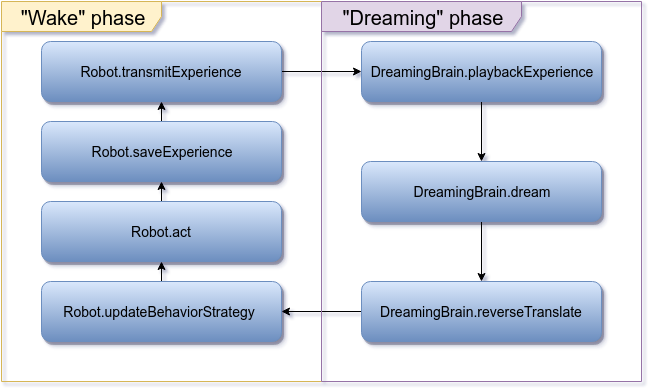
This is doc/HLD_Activity_life_cycle.png from research-team/robot-dream, a draw.io export, as it was before one commit. Source tidied: cells renumbered, new cells last; positions are measured from the earlier drawing's top-left corner, leaving out a move shared by most shapes.
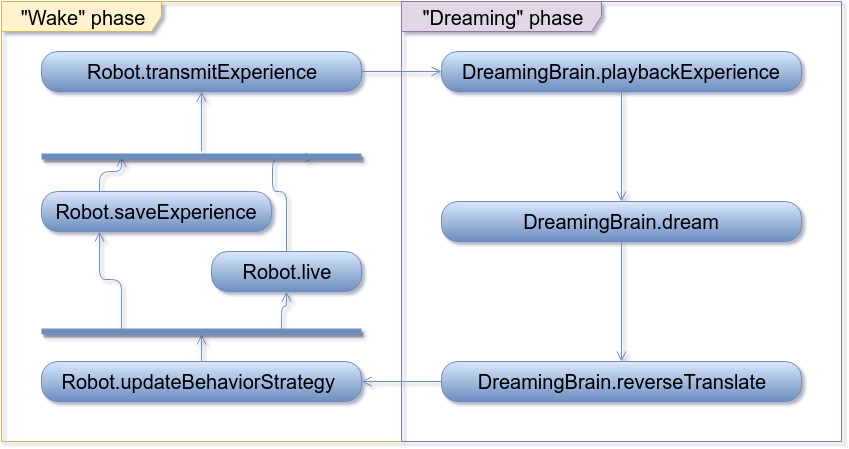
After the change.

Commit message:
Reverse translation: added diagram

What changed in the source:
```diff
@@ -2,53 +2,73 @@
   <root>
     <mxCell id="0" />
     <mxCell id="1" parent="0" />
-    <mxCell id="2" style="rounded=0;html=1;jettySize=auto;fontSize=14;" parent="1" edge="1" source="3" target="5">
-      <mxGeometry relative="1" as="geometry" />
-    </mxCell>
-    <mxCell id="3" value="Robot.saveExperience" style="rounded=1;whiteSpace=wrap;html=1;shadow=1;comic=0;fillColor=#dae8fc;strokeColor=#6c8ebf;gradientColor=#6C8EBF;fontSize=14;" parent="1" vertex="1">
-      <mxGeometry x="40" y="120" width="240" height="60" as="geometry" />
-    </mxCell>
+    <mxCell id="16" value="&quot;Wake&quot; phase" style="shape=umlFrame;whiteSpace=wrap;html=1;shadow=0;glass=0;comic=0;labelBackgroundColor=none;strokeColor=#d6b656;fillColor=#fff2cc;fontSize=20;align=center;width=160;height=30;" parent="1" vertex="1">
+      <mxGeometry x="-80" width="400" height="440" as="geometry" />
+    </mxCell>
+    <mxCell id="17" value="&quot;Dreaming&quot; phase" style="shape=umlFrame;whiteSpace=wrap;html=1;shadow=0;glass=0;comic=0;labelBackgroundColor=none;strokeColor=#9673a6;fillColor=#e1d5e7;fontSize=20;align=center;width=200;height=30;" parent="1" vertex="1">
+      <mxGeometry x="320" width="440" height="440" as="geometry" />
+    </mxCell>
-    <mxCell id="4" style="rounded=0;html=1;jettySize=auto;fontSize=14;" parent="1" edge="1" source="5" target="7">
+    <mxCell id="4" style="edgeStyle=orthogonalEdgeStyle;rounded=1;html=1;exitX=1;exitY=0.5;startArrow=none;startFill=0;endArrow=open;endFill=0;endSize=8;jettySize=auto;strokeColor=#6c8ebf;fillColor=#dae8fc;fontSize=20;" parent="1" edge="1" source="5" target="7">
       <mxGeometry relative="1" as="geometry" />
     </mxCell>
-    <mxCell id="5" value="Robot.transmitExperience" style="rounded=1;whiteSpace=wrap;html=1;shadow=1;comic=0;fillColor=#dae8fc;strokeColor=#6c8ebf;gradientColor=#6C8EBF;fontSize=14;" parent="1" vertex="1">
-      <mxGeometry x="40" y="40" width="240" height="60" as="geometry" />
+    <mxCell id="5" value="&lt;span&gt;Robot.transmitExperience&lt;/span&gt;" style="rounded=1;whiteSpace=wrap;html=1;arcSize=40;fillColor=#dae8fc;strokeColor=#6c8ebf;shadow=0;glass=0;comic=0;labelBackgroundColor=none;fontSize=20;align=center;gradientColor=#6C8EBF;" parent="1" vertex="1">
+      <mxGeometry x="-40" y="50" width="320" height="40" as="geometry" />
     </mxCell>
+    <mxCell id="18" style="edgeStyle=orthogonalEdgeStyle;rounded=1;html=1;exitX=0.25;exitY=0;entryX=0.25;entryY=0.5;entryPerimeter=0;startArrow=none;startFill=0;endArrow=open;endFill=0;endSize=8;jettySize=auto;strokeColor=#6c8ebf;fillColor=#dae8fc;fontSize=20;" parent="1" edge="1" source="3" target="26">
+      <mxGeometry relative="1" as="geometry" />
+    </mxCell>
+    <mxCell id="3" value="&lt;span&gt;Robot.saveExperience&lt;/span&gt;&lt;br&gt;" style="rounded=1;whiteSpace=wrap;html=1;arcSize=40;fillColor=#dae8fc;strokeColor=#6c8ebf;shadow=0;glass=0;comic=0;labelBackgroundColor=none;fontSize=20;align=center;gradientColor=#6C8EBF;" parent="1" vertex="1">
+      <mxGeometry x="-40" y="190" width="230" height="40" as="geometry" />
+    </mxCell>
+    <mxCell id="19" style="edgeStyle=orthogonalEdgeStyle;rounded=1;html=1;entryX=0.855;entryY=0.6;entryPerimeter=0;startArrow=none;startFill=0;endArrow=open;endFill=0;endSize=8;jettySize=auto;strokeColor=#6c8ebf;fillColor=#dae8fc;fontSize=20;" parent="1" edge="1" source="20" target="26">
+      <mxGeometry relative="1" as="geometry">
+        <Array as="points">
+          <mxPoint x="205" y="190" />
+          <mxPoint x="191" y="190" />
+        </Array>
+      </mxGeometry>
+    </mxCell>
+    <mxCell id="20" value="&lt;span&gt;Robot.live&lt;/span&gt;&lt;br&gt;" style="rounded=1;whiteSpace=wrap;html=1;arcSize=40;fillColor=#dae8fc;strokeColor=#6c8ebf;shadow=0;glass=0;comic=0;labelBackgroundColor=none;fontSize=20;align=center;gradientColor=#6C8EBF;" parent="1" vertex="1">
+      <mxGeometry x="130" y="250" width="150" height="40" as="geometry" />
+    </mxCell>
+    <mxCell id="21" style="edgeStyle=orthogonalEdgeStyle;rounded=1;html=1;exitX=0.5;exitY=0;entryX=0.5;entryY=0.8;entryPerimeter=0;startArrow=none;startFill=0;endArrow=open;endFill=0;endSize=8;jettySize=auto;strokeColor=#6c8ebf;fillColor=#dae8fc;fontSize=20;" parent="1" edge="1" source="13" target="24">
+      <mxGeometry relative="1" as="geometry" />
+    </mxCell>
+    <mxCell id="13" value="&lt;span&gt;Robot.updateBehaviorStrategy&amp;nbsp;&lt;/span&gt;&lt;br&gt;" style="rounded=1;whiteSpace=wrap;html=1;arcSize=40;fillColor=#dae8fc;strokeColor=#6c8ebf;shadow=0;glass=0;comic=0;labelBackgroundColor=none;fontSize=20;align=center;gradientColor=#6C8EBF;" parent="1" vertex="1">
+      <mxGeometry x="-40" y="360" width="320" height="40" as="geometry" />
+    </mxCell>
-    <mxCell id="6" style="rounded=0;html=1;jettySize=auto;" parent="1" edge="1" source="7" target="9">
+    <mxCell id="6" style="edgeStyle=orthogonalEdgeStyle;rounded=1;html=1;exitX=0.5;exitY=1;startArrow=none;startFill=0;endArrow=open;endFill=0;endSize=8;jettySize=auto;strokeColor=#6c8ebf;fillColor=#dae8fc;fontSize=20;" parent="1" edge="1" source="7" target="9">
       <mxGeometry relative="1" as="geometry" />
     </mxCell>
-    <mxCell id="7" value="DreamingBrain.playbackExperience" style="rounded=1;whiteSpace=wrap;html=1;shadow=1;comic=0;fillColor=#dae8fc;strokeColor=#6c8ebf;gradientColor=#6C8EBF;fontSize=14;" parent="1" vertex="1">
-      <mxGeometry x="360" y="40" width="240" height="60" as="geometry" />
+    <mxCell id="7" value="&lt;span&gt;DreamingBrain.playbackExperience&lt;/span&gt;&lt;br&gt;" style="rounded=1;whiteSpace=wrap;html=1;arcSize=40;fillColor=#dae8fc;strokeColor=#6c8ebf;shadow=0;glass=0;comic=0;labelBackgroundColor=none;fontSize=20;align=center;gradientColor=#6C8EBF;" parent="1" vertex="1">
+      <mxGeometry x="360" y="50" width="360" height="40" as="geometry" />
     </mxCell>
-    <mxCell id="8" style="rounded=0;html=1;jettySize=auto;fontSize=14;" parent="1" edge="1" source="9" target="11">
+    <mxCell id="8" style="edgeStyle=orthogonalEdgeStyle;rounded=1;html=1;exitX=0.5;exitY=1;startArrow=none;startFill=0;endArrow=open;endFill=0;endSize=8;jettySize=auto;strokeColor=#6c8ebf;fillColor=#dae8fc;fontSize=20;" parent="1" edge="1" source="9" target="11">
       <mxGeometry relative="1" as="geometry" />
     </mxCell>
-    <mxCell id="9" value="&lt;span&gt;DreamingBrain.dream&lt;/span&gt;" style="rounded=1;whiteSpace=wrap;html=1;shadow=1;comic=0;fillColor=#dae8fc;strokeColor=#6c8ebf;gradientColor=#6C8EBF;fontSize=14;" parent="1" vertex="1">
-      <mxGeometry x="360" y="160" width="240" height="60" as="geometry" />
+    <mxCell id="9" value="&lt;span&gt;DreamingBrain.dream&lt;/span&gt;&lt;br&gt;" style="rounded=1;whiteSpace=wrap;html=1;arcSize=40;fillColor=#dae8fc;strokeColor=#6c8ebf;shadow=0;glass=0;comic=0;labelBackgroundColor=none;fontSize=20;align=center;gradientColor=#6C8EBF;" parent="1" vertex="1">
+      <mxGeometry x="360" y="200" width="360" height="40" as="geometry" />
     </mxCell>
-    <mxCell id="10" style="rounded=0;html=1;jettySize=auto;fontSize=14;" parent="1" edge="1" source="11" target="13">
+    <mxCell id="10" style="edgeStyle=orthogonalEdgeStyle;rounded=1;html=1;startArrow=none;startFill=0;endArrow=open;endFill=0;endSize=8;jettySize=auto;strokeColor=#6c8ebf;fillColor=#dae8fc;fontSize=20;" parent="1" edge="1" source="11" target="13">
       <mxGeometry relative="1" as="geometry" />
     </mxCell>
-    <mxCell id="11" value="&lt;span&gt;DreamingBrain.reverseTranslate&lt;/span&gt;" style="rounded=1;whiteSpace=wrap;html=1;shadow=1;comic=0;fillColor=#dae8fc;strokeColor=#6c8ebf;gradientColor=#6C8EBF;fontSize=14;" parent="1" vertex="1">
-      <mxGeometry x="360" y="280" width="240" height="60" as="geometry" />
+    <mxCell id="11" value="&lt;span&gt;DreamingBrain.reverseTranslate&lt;/span&gt;&lt;br&gt;" style="rounded=1;whiteSpace=wrap;html=1;arcSize=40;fillColor=#dae8fc;strokeColor=#6c8ebf;shadow=0;glass=0;comic=0;labelBackgroundColor=none;fontSize=20;align=center;gradientColor=#6C8EBF;" parent="1" vertex="1">
+      <mxGeometry x="360" y="360" width="360" height="40" as="geometry" />
     </mxCell>
-    <mxCell id="12" style="rounded=0;html=1;jettySize=auto;fontSize=14;" parent="1" edge="1" source="13" target="15">
-      <mxGeometry relative="1" as="geometry" />
-    </mxCell>
-    <mxCell id="13" value="&lt;span&gt;Robot.updateBehaviorStrategy&amp;nbsp;&lt;/span&gt;" style="rounded=1;whiteSpace=wrap;html=1;shadow=1;comic=0;fillColor=#dae8fc;strokeColor=#6c8ebf;gradientColor=#6C8EBF;fontSize=14;" parent="1" vertex="1">
-      <mxGeometry x="40" y="280" width="240" height="60" as="geometry" />
-    </mxCell>
-    <mxCell id="14" style="rounded=0;html=1;jettySize=auto;fontSize=14;" parent="1" edge="1" source="15" target="3">
-      <mxGeometry relative="1" as="geometry" />
-    </mxCell>
-    <mxCell id="15" value="&lt;span&gt;Robot.act&lt;/span&gt;" style="rounded=1;whiteSpace=wrap;html=1;shadow=1;comic=0;fillColor=#dae8fc;strokeColor=#6c8ebf;gradientColor=#6C8EBF;fontSize=14;" parent="1" vertex="1">
-      <mxGeometry x="40" y="200" width="240" height="60" as="geometry" />
-    </mxCell>
-    <mxCell id="16" value="&quot;Wake&quot; phase" style="shape=umlFrame;whiteSpace=wrap;html=1;shadow=0;glass=0;comic=0;labelBackgroundColor=none;strokeColor=#d6b656;fillColor=#fff2cc;fontSize=20;align=center;width=160;height=30;" parent="1" vertex="1">
-      <mxGeometry width="320" height="380" as="geometry" />
-    </mxCell>
-    <mxCell id="17" value="&quot;Dreaming&quot; phase" style="shape=umlFrame;whiteSpace=wrap;html=1;shadow=0;glass=0;comic=0;labelBackgroundColor=none;strokeColor=#9673a6;fillColor=#e1d5e7;fontSize=20;align=center;width=200;height=30;" parent="1" vertex="1">
-      <mxGeometry x="320" width="320" height="380" as="geometry" />
-    </mxCell>
+    <mxCell id="22" style="edgeStyle=orthogonalEdgeStyle;rounded=1;html=1;exitX=0.75;exitY=0.5;exitPerimeter=0;entryX=0.5;entryY=1;startArrow=none;startFill=0;endArrow=open;endFill=0;endSize=8;jettySize=auto;strokeColor=#6c8ebf;fillColor=#dae8fc;fontSize=20;" parent="1" edge="1" source="24" target="20">
+      <mxGeometry relative="1" as="geometry" />
+    </mxCell>
+    <mxCell id="23" style="edgeStyle=orthogonalEdgeStyle;rounded=1;html=1;exitX=0.25;exitY=0.5;exitPerimeter=0;entryX=0.25;entryY=1;startArrow=none;startFill=0;endArrow=open;endFill=0;endSize=8;jettySize=auto;strokeColor=#6c8ebf;fillColor=#dae8fc;fontSize=20;" parent="1" edge="1" source="24" target="3">
+      <mxGeometry relative="1" as="geometry" />
+    </mxCell>
+    <mxCell id="24" style="shape=line;html=1;strokeWidth=6;strokeColor=#6c8ebf;shadow=1;glass=0;comic=0;labelBackgroundColor=none;fillColor=#dae8fc;fontSize=20;align=center;" parent="1" vertex="1">
+      <mxGeometry x="-40" y="325" width="320" height="10" as="geometry" />
+    </mxCell>
+    <mxCell id="25" style="edgeStyle=orthogonalEdgeStyle;rounded=1;html=1;startArrow=none;startFill=0;endArrow=open;endFill=0;endSize=8;jettySize=auto;strokeColor=#6c8ebf;fillColor=#dae8fc;fontSize=20;" parent="1" edge="1" source="26" target="5">
+      <mxGeometry relative="1" as="geometry" />
+    </mxCell>
+    <mxCell id="26" style="shape=line;html=1;strokeWidth=6;strokeColor=#6c8ebf;shadow=1;glass=0;comic=0;labelBackgroundColor=none;fillColor=#dae8fc;fontSize=20;align=center;" parent="1" vertex="1">
+      <mxGeometry x="-40" y="150" width="320" height="10" as="geometry" />
+    </mxCell>
   </root>
 </mxGraphModel>
```
